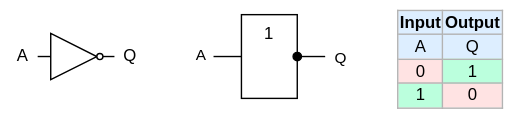
This is .pic/Introduction/How FPGA works/fig_04.drawio.svg from MPSU/APS, a draw.io export, as it was before one commit. Source tidied: cells renumbered, new cells last; positions are measured from the earlier drawing's top-left corner, leaving out a move shared by most shapes.
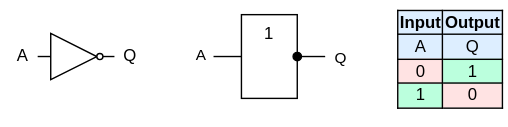
The same diagram one commit later.

What changed in the source:
```diff
@@ -34,7 +34,7 @@
         <mxPoint x="14" y="1" as="offset" />
       </mxGeometry>
     </mxCell>
-    <mxCell id="10" value="&lt;table border=&quot;1&quot; class=&quot;wikitable&quot; style=&quot;float: right; border: 1px solid rgb(179, 179, 179); border-collapse: collapse;&quot;&gt;&lt;tbody&gt;&lt;tr style=&quot;background:#def; text-align:center;&quot;&gt;&lt;td&gt;&lt;b&gt;Input&lt;/b&gt;&lt;/td&gt;&lt;td&gt;&lt;b&gt;Output&lt;/b&gt;&lt;br&gt;&lt;/td&gt;&lt;/tr&gt;&lt;tr style=&quot;background:#def; text-align:center;&quot;&gt;&lt;td&gt;A&lt;/td&gt;&lt;td&gt;Q&lt;br&gt;&lt;/td&gt;&lt;/tr&gt;&lt;tr&gt;&lt;td style=&quot;background: #FFE3E3; color: black; vertical-align: middle; text-align: center;&quot; class=&quot;table-no2&quot;&gt;0&lt;/td&gt;&lt;td style=&quot;background:#bfd; color:black; vertical-align:middle; text-align:center;&quot; class=&quot;table-yes2&quot;&gt;1&lt;br&gt;&lt;/td&gt;&lt;/tr&gt;&lt;tr&gt;&lt;td style=&quot;background:#bfd; color:black; vertical-align:middle; text-align:center;&quot; class=&quot;table-yes2&quot;&gt;1&lt;/td&gt;&lt;td style=&quot;background: #FFE3E3; color: black; vertical-align: middle; text-align: center;&quot; class=&quot;table-no2&quot;&gt;0&lt;br&gt;&lt;/td&gt;&lt;/tr&gt;&lt;/tbody&gt;&lt;/table&gt;" style="text;whiteSpace=wrap;html=1;" parent="1" vertex="1">
+    <mxCell id="10" value="&lt;table border=&quot;1&quot; class=&quot;wikitable&quot; style=&quot;float: right; border: 1px solid rgb(0, 0, 0); border-collapse: collapse;&quot;&gt;&lt;tbody&gt;&lt;tr style=&quot;background:#def; text-align:center;&quot;&gt;&lt;td style=&quot;border: 1px solid rgb(0, 0, 0);&quot;&gt;&lt;b&gt;Input&lt;/b&gt;&lt;/td&gt;&lt;td style=&quot;border: 1px solid rgb(0, 0, 0);&quot;&gt;&lt;b&gt;Output&lt;/b&gt;&lt;br&gt;&lt;/td&gt;&lt;/tr&gt;&lt;tr style=&quot;background:#def; text-align:center;&quot;&gt;&lt;td style=&quot;border: 1px solid rgb(0, 0, 0);&quot;&gt;A&lt;/td&gt;&lt;td style=&quot;border: 1px solid rgb(0, 0, 0);&quot;&gt;Q&lt;br&gt;&lt;/td&gt;&lt;/tr&gt;&lt;tr&gt;&lt;td style=&quot;background: #FFE3E3; color: black; vertical-align: middle; text-align: center; border: 1px solid rgb(0, 0, 0);&quot; class=&quot;table-no2&quot;&gt;0&lt;/td&gt;&lt;td style=&quot;background:#bfd; color:black; vertical-align:middle; text-align:center; border: 1px solid rgb(0, 0, 0);&quot; class=&quot;table-yes2&quot;&gt;1&lt;br&gt;&lt;/td&gt;&lt;/tr&gt;&lt;tr&gt;&lt;td style=&quot;background:#bfd; color:black; vertical-align:middle; text-align:center; border: 1px solid rgb(0, 0, 0);&quot; class=&quot;table-yes2&quot;&gt;1&lt;/td&gt;&lt;td style=&quot;background: #FFE3E3; color: black; vertical-align: middle; text-align: center; border: 1px solid rgb(0, 0, 0);&quot; class=&quot;table-no2&quot;&gt;0&lt;br&gt;&lt;/td&gt;&lt;/tr&gt;&lt;/tbody&gt;&lt;/table&gt;" style="text;whiteSpace=wrap;html=1;" parent="1" vertex="1">
       <mxGeometry x="282" width="80" height="90" as="geometry" />
     </mxCell>
   </root>
```
